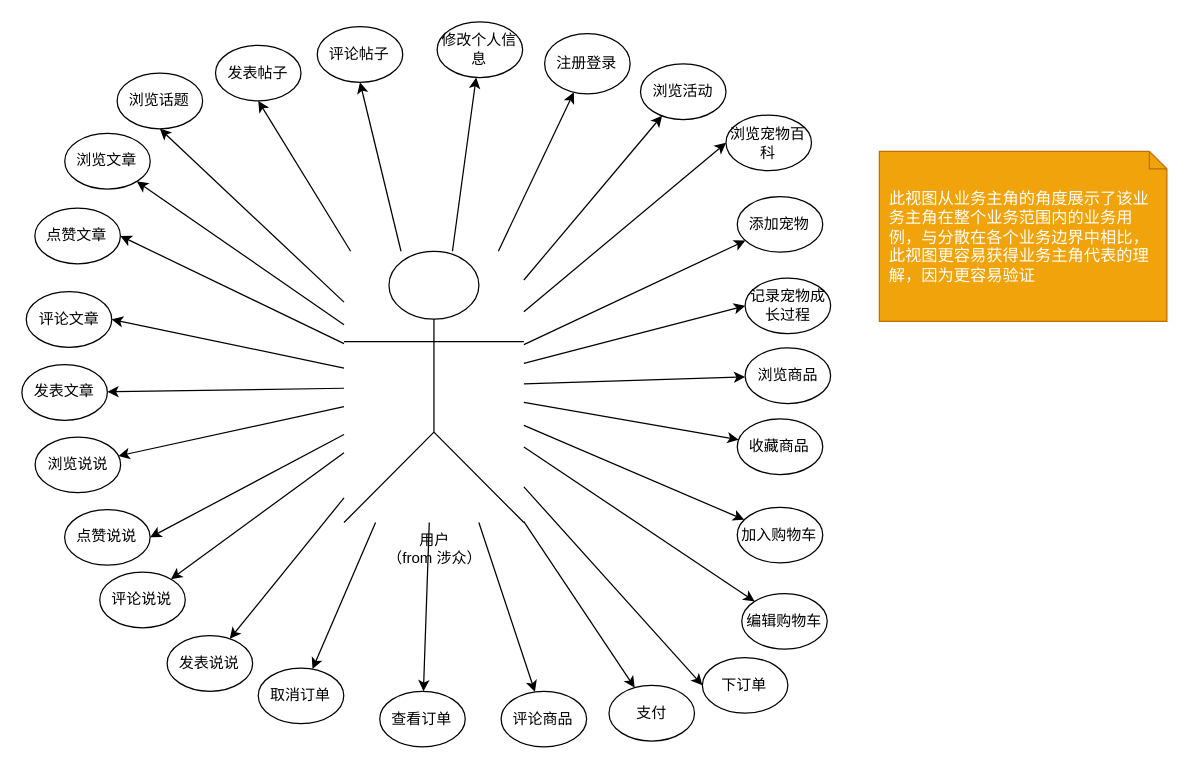
Earlier version of the draw.io diagram uml-业务模型.drawio (JMHello/draw). Source tidied: cells renumbered, new cells numbered last; positions are measured from the earlier drawing's top-left corner, leaving out a move shared by most shapes. Both pictures are drawn from the tidied source at 125%, with x=0, y=0 at pixel (21, 21).
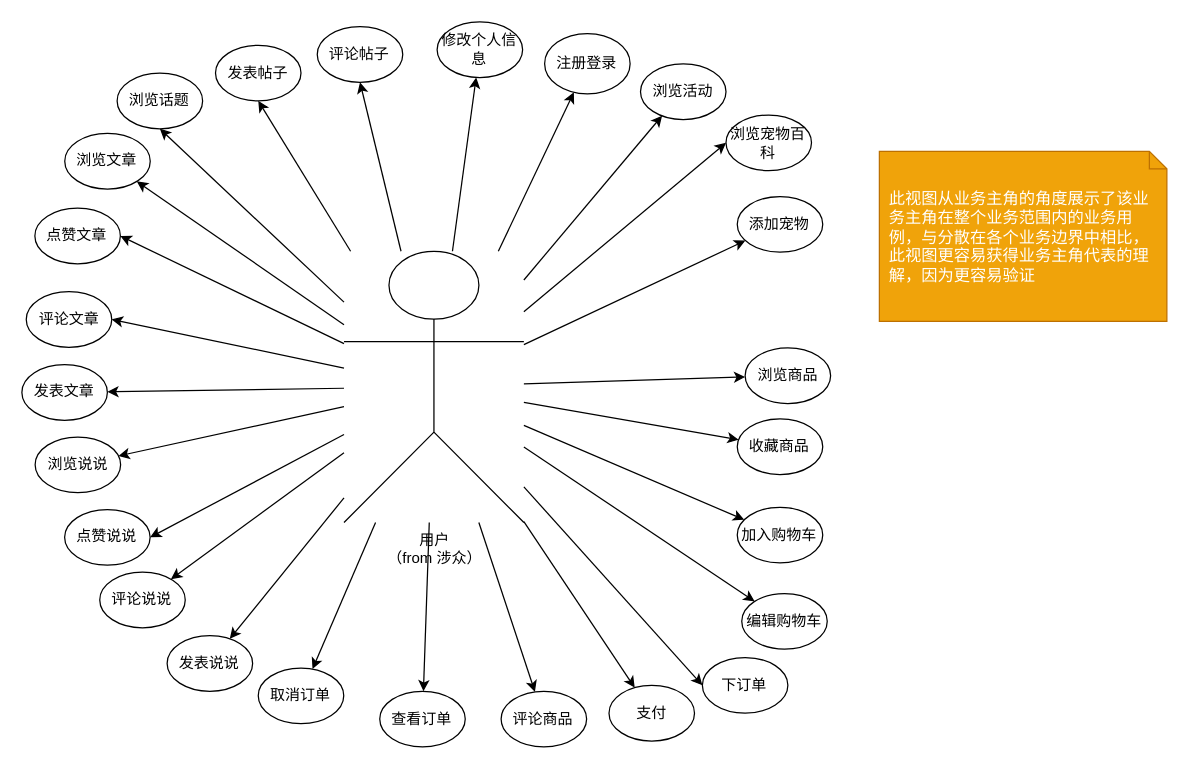
After the change.

Unchanged cells that the change refers to:
```xml
<mxCell id="2" style="group;" parent="1" vertex="1">
  <mxGeometry width="647" height="580" as="geometry" />
</mxCell>
<mxCell id="3" value="用户&lt;br&gt;（from 涉众）&lt;br&gt;" style="shape=umlActor;verticalLabelPosition=bottom;labelBackgroundColor=#ffffff;verticalAlign=top;html=1;" parent="2" vertex="1">
  <mxGeometry x="257.7" y="183.5" width="143.9" height="217" as="geometry" />
</mxCell>
```

The edit, as a diff of the source:
```diff
@@
-    <mxCell id="36" value="记录宠物成长过程" style="ellipse;whiteSpace=wrap;html=1;" parent="2" vertex="1">
-      <mxGeometry x="578.6" y="204.9" width="68.4" height="44.5" as="geometry" />
-    </mxCell>
-    <mxCell id="37" style="edgeStyle=none;rounded=0;jettySize=auto;html=1;entryX=0;entryY=0.5;entryDx=0;entryDy=0;" parent="2" edge="1" source="3" target="36">
-      <mxGeometry relative="1" as="geometry" />
-    </mxCell>
```
